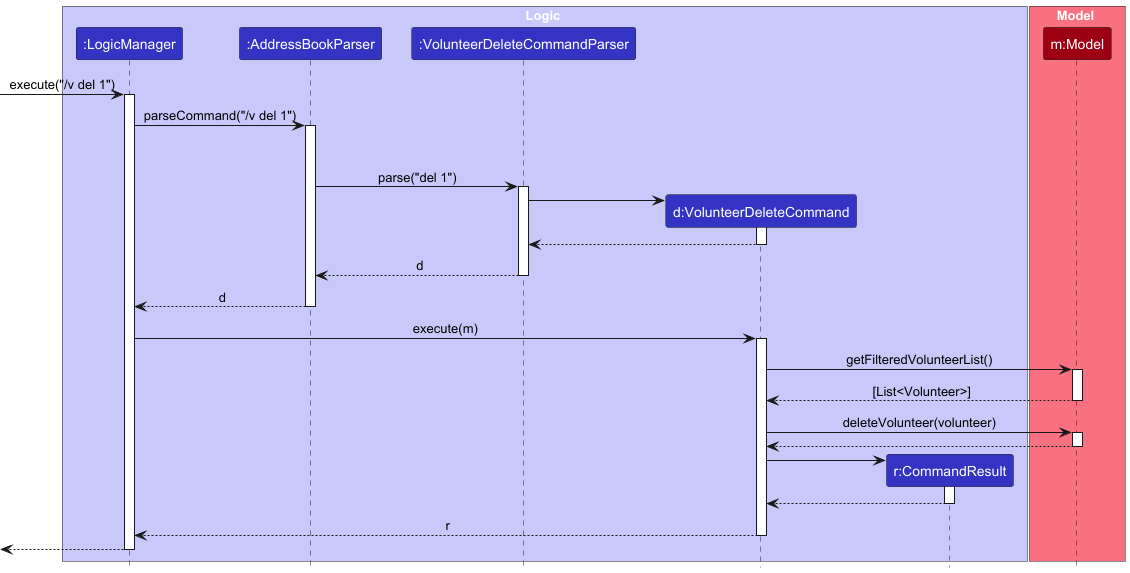
Before: docs/images/DeleteVolunteerSequenceDiagram.png, a diagram exported from PlantUML (nus-cs2103-AY2425S1/tp). Source of this version:
```plantuml
@startuml
!include style.puml
skinparam ArrowFontStyle plain

box Logic LOGIC_COLOR_T1
participant ":LogicManager" as LogicManager LOGIC_COLOR
participant ":AddressBookParser" as AddressBookParser LOGIC_COLOR
participant ":VolunteerDeleteCommandParser" as VolunteerDeleteCommandParser LOGIC_COLOR
participant "d:VolunteerDeleteCommand" as VolunteerDeleteCommand LOGIC_COLOR
participant "r:CommandResult" as CommandResult LOGIC_COLOR
end box

box Model MODEL_COLOR_T1
participant "m:Model" as Model MODEL_COLOR
end box

[-> LogicManager : execute("/v del 1")
activate LogicManager

LogicManager -> AddressBookParser : parseCommand("/v del 1")
activate AddressBookParser

deactivate VolunteerDeleteCommandParser

AddressBookParser -> VolunteerDeleteCommandParser : parse("del 1")
activate VolunteerDeleteCommandParser

create VolunteerDeleteCommand
VolunteerDeleteCommandParser -> VolunteerDeleteCommand
activate VolunteerDeleteCommand

VolunteerDeleteCommand --> VolunteerDeleteCommandParser
deactivate VolunteerDeleteCommand

VolunteerDeleteCommandParser --> AddressBookParser : d
deactivate VolunteerDeleteCommandParser

AddressBookParser --> LogicManager : d
deactivate AddressBookParser

LogicManager -> VolunteerDeleteCommand : execute(m)
activate VolunteerDeleteCommand

VolunteerDeleteCommand -> Model : getFilteredVolunteerList()
activate Model

Model --> VolunteerDeleteCommand : [List<Volunteer>]
deactivate Model

VolunteerDeleteCommand -> Model : deleteVolunteer(volunteer)
activate Model

Model --> VolunteerDeleteCommand
deactivate Model

create CommandResult
VolunteerDeleteCommand -> CommandResult
activate CommandResult

CommandResult --> VolunteerDeleteCommand
deactivate CommandResult

VolunteerDeleteCommand --> LogicManager : r
deactivate VolunteerDeleteCommand

[<-- LogicManager
deactivate LogicManager
@enduml
```
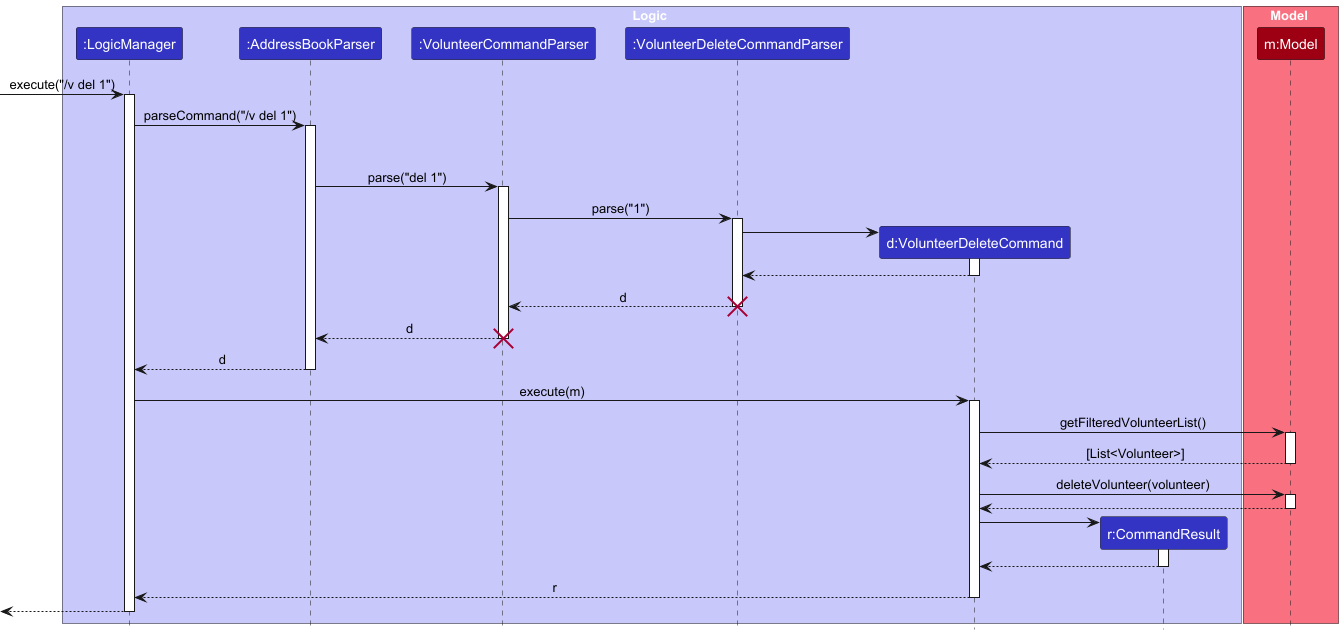
Above is the later version.

What changed in the source:
```diff
@@ -5,6 +5,7 @@
 box Logic LOGIC_COLOR_T1
 participant ":LogicManager" as LogicManager LOGIC_COLOR
 participant ":AddressBookParser" as AddressBookParser LOGIC_COLOR
+participant ":VolunteerCommandParser" as VolunteerCommandParser LOGIC_COLOR
 participant ":VolunteerDeleteCommandParser" as VolunteerDeleteCommandParser LOGIC_COLOR
 participant "d:VolunteerDeleteCommand" as VolunteerDeleteCommand LOGIC_COLOR
 participant "r:CommandResult" as CommandResult LOGIC_COLOR
@@ -22,7 +23,10 @@
 
 deactivate VolunteerDeleteCommandParser
 
-AddressBookParser -> VolunteerDeleteCommandParser : parse("del 1")
+AddressBookParser -> VolunteerCommandParser : parse("del 1")
+activate VolunteerCommandParser
+
+VolunteerCommandParser -> VolunteerDeleteCommandParser : parse("1")
 activate VolunteerDeleteCommandParser
 
 create VolunteerDeleteCommand
@@ -32,8 +36,13 @@
 VolunteerDeleteCommand --> VolunteerDeleteCommandParser
 deactivate VolunteerDeleteCommand
 
-VolunteerDeleteCommandParser --> AddressBookParser : d
+VolunteerDeleteCommandParser --> VolunteerCommandParser : d
 deactivate VolunteerDeleteCommandParser
+destroy VolunteerDeleteCommandParser
+
+VolunteerCommandParser --> AddressBookParser : d
+deactivate VolunteerCommandParser
+destroy VolunteerCommandParser
 
 AddressBookParser --> LogicManager : d
 deactivate AddressBookParser
```
